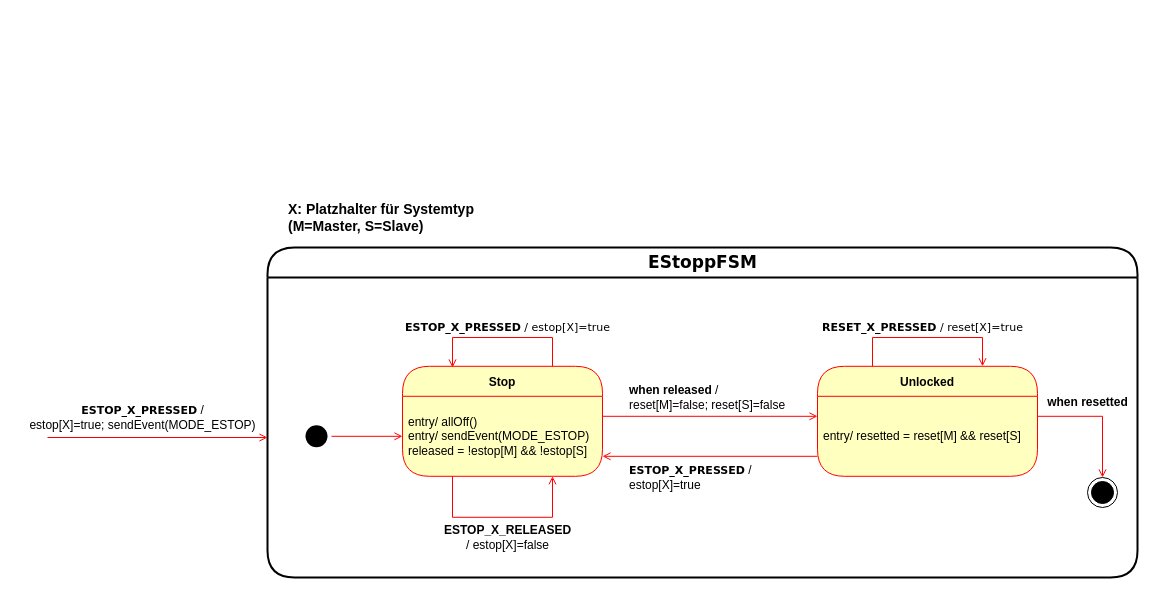
Above: page "estopp" (4 of 6) of docs/diagrams/fsm/state_machines.drawio in u2knwy/ESEP-2023SoSe-Team-2-1 (draw.io), before the change. Source tidied: cells renumbered, new cells numbered last; positions are measured from the earlier drawing's top-left corner, leaving out a move shared by most shapes. Both pictures are drawn from the tidied source at 100%, with x=0, y=0 at pixel (17, 197).
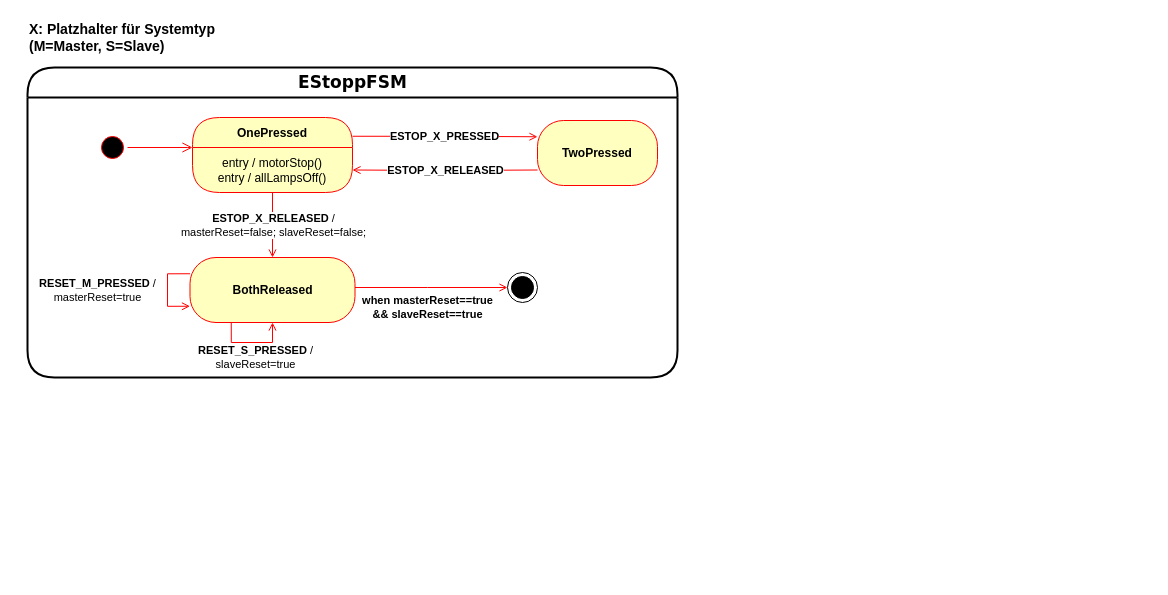
After the change.

What changed in the source:
```diff
@@
     <mxCell id="2" value="&lt;font face=&quot;Verdana&quot; style=&quot;font-size: 17px&quot;&gt;EStoppFSM&lt;/font&gt;" style="swimlane;html=1;fontStyle=1;align=center;verticalAlign=middle;horizontal=1;startSize=30;fontColor=#000000;rounded=1;arcSize=30;strokeColor=#000000;swimlaneFillColor=#FFFFFF;fillColor=#FFFFFF;strokeWidth=2;" parent="1" vertex="1">
-      <mxGeometry x="250" y="50" width="870" height="330" as="geometry" />
+      <mxGeometry x="10" y="-130" width="650" height="310" as="geometry" />
     </mxCell>
-    <mxCell id="3" style="text;html=1;align=center;verticalAlign=middle;strokeColor=none;" parent="1" vertex="1">
-      <mxGeometry x="110" y="220" width="20" height="20" as="geometry" />
-    </mxCell>
-    <mxCell id="4" style="text;html=1;align=center;verticalAlign=middle;strokeColor=none;" parent="1" vertex="1">
-      <mxGeometry x="1114" y="219.8" width="20" height="20" as="geometry" />
-    </mxCell>
-    <mxCell id="5" style="ellipse;html=1;shape=endState;fillColor=#000000;strokeColor=#000000;" parent="1" vertex="1">
-      <mxGeometry x="1070" y="280" width="30" height="30" as="geometry" />
-    </mxCell>
-    <mxCell id="6" value="&lt;b&gt;when released&lt;/b&gt; / &lt;br&gt;reset[M]=false; reset[S]=false" style="text;html=1;align=left;verticalAlign=middle;strokeColor=none;" parent="1" vertex="1">
-      <mxGeometry x="610" y="180" width="180" height="40" as="geometry" />
-    </mxCell>
-    <mxCell id="7" value="&lt;b&gt;when resetted&lt;/b&gt;" style="text;html=1;align=center;verticalAlign=middle;strokeColor=none;" parent="1" vertex="1">
-      <mxGeometry x="1020" y="190" width="100" height="30" as="geometry" />
-    </mxCell>
-    <mxCell id="8" value="&lt;b style=&quot;border-color: var(--border-color); font-family: Verdana; font-size: 11px; background-color: rgb(255, 255, 255);&quot;&gt;ESTOP_X_PRESSED&lt;/b&gt;&amp;nbsp;/ &lt;br&gt;estop[X]=true" style="text;html=1;align=left;verticalAlign=middle;strokeColor=none;" parent="1" vertex="1">
-      <mxGeometry x="610" y="260" width="150" height="40" as="geometry" />
-    </mxCell>
-    <mxCell id="9" value="&lt;b&gt;ESTOP_X_RELEASED&lt;/b&gt;&lt;br&gt;/ estop[X]=false" style="text;html=1;align=center;verticalAlign=middle;strokeColor=none;" parent="1" vertex="1">
-      <mxGeometry x="415" y="320" width="150" height="40" as="geometry" />
-    </mxCell>
-    <mxCell id="10" value="&lt;b style=&quot;border-color: var(--border-color); font-family: Verdana; font-size: 11px; background-color: rgb(255, 255, 255);&quot;&gt;ESTOP_X_PRESSED&lt;/b&gt;&lt;span style=&quot;border-color: var(--border-color); font-family: Verdana; font-size: 11px; background-color: rgb(255, 255, 255);&quot;&gt;&amp;nbsp;/ estop[X]=true&lt;/span&gt;" style="text;html=1;align=center;verticalAlign=middle;strokeColor=none;fillColor=none;" parent="1" vertex="1">
-      <mxGeometry x="370" y="115" width="240" height="30" as="geometry" />
-    </mxCell>
     <mxCell id="11" value="X: Platzhalter für Systemtyp (M=Master, S=Slave)" style="text;html=1;strokeColor=none;fillColor=none;align=left;verticalAlign=middle;whiteSpace=wrap;rounded=0;fontSize=14;fontStyle=1;" parent="1" vertex="1">
-      <mxGeometry x="269" width="201" height="40" as="geometry" />
+      <mxGeometry x="10" y="-180" width="201" height="40" as="geometry" />
     </mxCell>
-    <mxCell id="12" value="&lt;b style=&quot;border-color: var(--border-color); font-family: Verdana; font-size: 11px; background-color: rgb(255, 255, 255);&quot;&gt;RESET_X_PRESSED&lt;/b&gt;&lt;span style=&quot;border-color: var(--border-color); font-family: Verdana; font-size: 11px; background-color: rgb(255, 255, 255);&quot;&gt;&amp;nbsp;/ reset[X]=true&lt;/span&gt;" style="text;html=1;align=center;verticalAlign=middle;strokeColor=none;fillColor=none;" parent="1" vertex="1">
-      <mxGeometry x="790" y="115" width="230" height="30" as="geometry" />
-    </mxCell>
-    <mxCell id="13" value="Stop" style="swimlane;fontStyle=1;align=center;verticalAlign=middle;horizontal=1;startSize=30;fontColor=#000000;rounded=1;arcSize=30;strokeColor=#ff0000;fillColor=#ffffc0;swimlaneFillColor=#ffffc0;" parent="1" vertex="1">
-      <mxGeometry x="385" y="168.8" width="200" height="110" as="geometry" />
-    </mxCell>
-    <mxCell id="14" value="entry/ allOff()&lt;br style=&quot;border-color: var(--border-color);&quot;&gt;&lt;span style=&quot;&quot;&gt;entry/ sendEvent(MODE_ESTOP)&lt;/span&gt;&lt;br style=&quot;border-color: var(--border-color);&quot;&gt;&lt;span style=&quot;&quot;&gt;released = !estop[M]&lt;/span&gt;&lt;span style=&quot;&quot;&gt;&amp;nbsp;&amp;amp;&amp;amp; !estop[S]&lt;/span&gt;" style="text;html=1;strokeColor=none;fillColor=none;align=left;verticalAlign=middle;spacingLeft=4;spacingRight=4;whiteSpace=wrap;overflow=hidden;fontColor=#000000;" parent="13" vertex="1">
-      <mxGeometry y="30" width="200" height="80" as="geometry" />
-    </mxCell>
-    <mxCell id="15" style="edgeStyle=orthogonalEdgeStyle;rounded=0;orthogonalLoop=1;jettySize=auto;html=1;exitX=0.25;exitY=1;exitDx=0;exitDy=0;entryX=0.75;entryY=1;entryDx=0;entryDy=0;strokeColor=#FF0000;endArrow=open;endFill=0;" parent="13" edge="1" source="14" target="14">
-      <mxGeometry relative="1" as="geometry">
-        <Array as="points">
-          <mxPoint x="50" y="151" />
-          <mxPoint x="150" y="151" />
-        </Array>
-      </mxGeometry>
-    </mxCell>
-    <mxCell id="16" value="Unlocked" style="swimlane;fontStyle=1;align=center;verticalAlign=middle;horizontal=1;startSize=30;fontColor=#000000;rounded=1;arcSize=30;strokeColor=#ff0000;fillColor=#ffffc0;swimlaneFillColor=#ffffc0;" parent="1" vertex="1">
-      <mxGeometry x="800" y="168.8" width="220" height="110" as="geometry" />
-    </mxCell>
-    <mxCell id="17" value="entry/&amp;nbsp;resetted = reset[M]&lt;span style=&quot;&quot;&gt;&amp;nbsp;&amp;amp;&amp;amp; reset[S]&lt;/span&gt;" style="text;html=1;strokeColor=none;fillColor=none;align=left;verticalAlign=middle;spacingLeft=4;spacingRight=4;whiteSpace=wrap;overflow=hidden;fontColor=#000000;" parent="16" vertex="1">
-      <mxGeometry y="30" width="220" height="80" as="geometry" />
-    </mxCell>
-    <mxCell id="18" style="edgeStyle=orthogonalEdgeStyle;rounded=0;jettySize=auto;html=1;exitX=0;exitY=0.75;exitDx=0;exitDy=0;entryX=1;entryY=0.75;entryDx=0;entryDy=0;strokeColor=#FF0000;endArrow=open;endFill=0;" parent="1" edge="1" source="17" target="14">
-      <mxGeometry relative="1" as="geometry" />
-    </mxCell>
-    <mxCell id="19" style="edgeStyle=orthogonalEdgeStyle;rounded=0;jettySize=auto;html=1;exitX=1;exitY=0.25;exitDx=0;exitDy=0;entryX=0;entryY=0.25;entryDx=0;entryDy=0;strokeColor=#FF0000;endArrow=open;endFill=0;" parent="1" edge="1" source="14" target="17">
-      <mxGeometry relative="1" as="geometry" />
-    </mxCell>
-    <mxCell id="20" style="edgeStyle=orthogonalEdgeStyle;rounded=0;orthogonalLoop=1;jettySize=auto;html=1;exitX=0.25;exitY=0;exitDx=0;exitDy=0;entryX=0.75;entryY=0;entryDx=0;entryDy=0;strokeColor=#FF0000;endArrow=open;endFill=0;" parent="1" edge="1" source="16" target="16">
-      <mxGeometry relative="1" as="geometry">
-        <Array as="points">
-          <mxPoint x="855" y="140" />
-          <mxPoint x="965" y="140" />
-        </Array>
-      </mxGeometry>
-    </mxCell>
-    <mxCell id="21" style="edgeStyle=orthogonalEdgeStyle;rounded=0;jettySize=auto;html=1;exitX=1;exitY=0.25;exitDx=0;exitDy=0;strokeColor=#FF0000;endArrow=open;endFill=0;entryX=0.5;entryY=0;entryDx=0;entryDy=0;" parent="1" edge="1" source="17" target="5">
-      <mxGeometry relative="1" as="geometry" />
-    </mxCell>
-    <mxCell id="22" style="edgeStyle=orthogonalEdgeStyle;rounded=0;jettySize=auto;html=1;exitX=0.75;exitY=0;exitDx=0;exitDy=0;strokeColor=#FF0000;endArrow=open;endFill=0;" parent="1" edge="1" source="13">
-      <mxGeometry relative="1" as="geometry">
-        <mxPoint x="435" y="170" as="targetPoint" />
-        <Array as="points">
-          <mxPoint x="535" y="140" />
-          <mxPoint x="435" y="140" />
-        </Array>
-      </mxGeometry>
-    </mxCell>
-    <mxCell id="23" style="ellipse;html=1;shape=startState;fillColor=#000000;strokeColor=none;" parent="1" vertex="1">
-      <mxGeometry x="284" y="223.8" width="30" height="30" as="geometry" />
-    </mxCell>
-    <mxCell id="24" style="edgeStyle=orthogonalEdgeStyle;rounded=0;jettySize=auto;html=1;exitX=0;exitY=0.5;exitDx=0;exitDy=0;entryX=1;entryY=0.5;entryDx=0;entryDy=0;strokeColor=#FF0000;endArrow=none;endFill=0;startArrow=open;startFill=0;" parent="1" edge="1" source="14" target="23">
-      <mxGeometry relative="1" as="geometry" />
-    </mxCell>
-    <mxCell id="25" style="edgeStyle=orthogonalEdgeStyle;rounded=0;orthogonalLoop=1;jettySize=auto;html=1;strokeColor=#FF0000;endArrow=none;endFill=0;startArrow=open;startFill=0;" parent="1" edge="1">
-      <mxGeometry relative="1" as="geometry">
-        <mxPoint x="250" y="240" as="sourcePoint" />
-        <mxPoint x="30" y="240" as="targetPoint" />
-      </mxGeometry>
-    </mxCell>
-    <mxCell id="26" value="&lt;b style=&quot;border-color: var(--border-color); font-size: 11px; font-family: Verdana;&quot;&gt;ESTOP_X_PRESSED&lt;/b&gt;&amp;nbsp;/ &lt;br&gt;estop[X]=true;&amp;nbsp;sendEvent(MODE_ESTOP)" style="text;html=1;align=center;verticalAlign=middle;strokeColor=none;fillColor=none;" parent="1" vertex="1">
-      <mxGeometry y="200" width="250" height="40" as="geometry" />
-    </mxCell>
+    <mxCell id="27" value="ESTOP_X_PRESSED" style="edgeStyle=orthogonalEdgeStyle;rounded=0;jettySize=auto;html=1;exitX=1;exitY=0.25;exitDx=0;exitDy=0;strokeColor=#FF0000;endArrow=open;endFill=0;fontStyle=1;entryX=0;entryY=0.25;entryDx=0;entryDy=0;" parent="1" edge="1" source="33" target="36">
+      <mxGeometry relative="1" as="geometry" />
+    </mxCell>
+    <mxCell id="28" value="&lt;b&gt;ESTOP_X_RELEASED&lt;/b&gt; /&lt;br&gt;masterReset=false; slaveReset=false;" style="edgeStyle=orthogonalEdgeStyle;rounded=0;jettySize=auto;html=1;exitX=0.5;exitY=1;exitDx=0;exitDy=0;entryX=0.5;entryY=0;entryDx=0;entryDy=0;strokeColor=#FF0000;endArrow=open;endFill=0;" parent="1" edge="1" source="34">
+      <mxGeometry relative="1" as="geometry">
+        <mxPoint x="255" y="60" as="targetPoint" />
+      </mxGeometry>
+    </mxCell>
+    <mxCell id="29" value="ESTOP_X_RELEASED" style="edgeStyle=orthogonalEdgeStyle;rounded=0;jettySize=auto;html=1;entryX=1;entryY=0.5;entryDx=0;entryDy=0;strokeColor=#FF0000;endArrow=open;endFill=0;fontStyle=1;exitX=0;exitY=0.5;exitDx=0;exitDy=0;" parent="1" edge="1" target="34">
+      <mxGeometry relative="1" as="geometry">
+        <mxPoint x="520" y="-27.5" as="sourcePoint" />
+      </mxGeometry>
+    </mxCell>
+    <mxCell id="30" style="ellipse;html=1;shape=startState;fillColor=#000000;strokeColor=#ff0000;" parent="1" vertex="1">
+      <mxGeometry x="80" y="-65" width="30" height="30" as="geometry" />
+    </mxCell>
+    <mxCell id="31" value="when masterReset==true&lt;br&gt;&amp;amp;&amp;amp; slaveReset==true" style="edgeStyle=orthogonalEdgeStyle;rounded=0;jettySize=auto;html=1;exitX=1;exitY=0;exitDx=0;exitDy=0;strokeColor=#FF0000;endArrow=open;endFill=0;fontStyle=1;" parent="1" edge="1" target="32">
+      <mxGeometry x="-0.03" y="-20" relative="1" as="geometry">
+        <mxPoint x="335" y="90" as="sourcePoint" />
+        <Array as="points">
+          <mxPoint x="410" y="90" />
+          <mxPoint x="410" y="90" />
+        </Array>
+      </mxGeometry>
+    </mxCell>
+    <mxCell id="32" style="ellipse;html=1;shape=endState;fillColor=#000000;strokeColor=#000000;" parent="1" vertex="1">
+      <mxGeometry x="490" y="75" width="30" height="30" as="geometry" />
+    </mxCell>
+    <mxCell id="33" value="OnePressed" style="swimlane;fontStyle=1;align=center;verticalAlign=middle;horizontal=1;startSize=30;fontColor=#000000;rounded=1;arcSize=30;strokeColor=#ff0000;fillColor=#ffffc0;swimlaneFillColor=#ffffc0;" parent="1" vertex="1">
+      <mxGeometry x="175" y="-80" width="160" height="75" as="geometry" />
+    </mxCell>
+    <mxCell id="34" value="entry / motorStop()&lt;br&gt;entry / allLampsOff()" style="text;html=1;strokeColor=none;fillColor=none;align=center;verticalAlign=middle;spacingLeft=4;spacingRight=4;whiteSpace=wrap;overflow=hidden;fontColor=#000000;" parent="33" vertex="1">
+      <mxGeometry y="30" width="160" height="45" as="geometry" />
+    </mxCell>
+    <mxCell id="35" style="edgeStyle=orthogonalEdgeStyle;html=1;verticalAlign=bottom;endArrow=open;endSize=8;strokeColor=#ff0000;rounded=0;entryX=0;entryY=0;entryDx=0;entryDy=0;fontStyle=1;" parent="1" edge="1" source="30" target="34">
+      <mxGeometry relative="1" as="geometry">
+        <Array as="points">
+          <mxPoint x="170" y="-50" />
+          <mxPoint x="170" y="-50" />
+        </Array>
+      </mxGeometry>
+    </mxCell>
+    <mxCell id="36" value="&lt;b&gt;TwoPressed&lt;/b&gt;" style="rounded=1;whiteSpace=wrap;html=1;arcSize=40;fontColor=#000000;fillColor=#ffffc0;strokeColor=#ff0000;" parent="1" vertex="1">
+      <mxGeometry x="520" y="-77" width="120" height="65" as="geometry" />
+    </mxCell>
+    <mxCell id="37" value="&lt;b&gt;BothReleased&lt;/b&gt;" style="rounded=1;whiteSpace=wrap;html=1;arcSize=40;fontColor=#000000;fillColor=#ffffc0;strokeColor=#ff0000;" parent="1" vertex="1">
+      <mxGeometry x="172.5" y="60" width="165" height="65" as="geometry" />
+    </mxCell>
+    <mxCell id="38" value="&lt;b style=&quot;border-color: var(--border-color);&quot;&gt;RESET_M_PRESSED&lt;/b&gt;&amp;nbsp;/&lt;br style=&quot;border-color: var(--border-color);&quot;&gt;masterReset=true" style="edgeStyle=orthogonalEdgeStyle;rounded=0;orthogonalLoop=1;jettySize=auto;html=1;exitX=0;exitY=0.25;exitDx=0;exitDy=0;entryX=0;entryY=0.75;entryDx=0;entryDy=0;strokeColor=#FF0000;endArrow=open;endFill=0;" parent="1" edge="1" source="37" target="37">
+      <mxGeometry y="-70" relative="1" as="geometry">
+        <Array as="points">
+          <mxPoint x="150" y="76" />
+          <mxPoint x="150" y="109" />
+          <mxPoint x="173" y="109" />
+        </Array>
+      </mxGeometry>
+    </mxCell>
+    <mxCell id="39" value="&lt;b style=&quot;border-color: var(--border-color);&quot;&gt;RESET_S_PRESSED&amp;nbsp;&lt;/b&gt;/&lt;br style=&quot;border-color: var(--border-color);&quot;&gt;slaveReset=true" style="edgeStyle=orthogonalEdgeStyle;rounded=0;orthogonalLoop=1;jettySize=auto;html=1;exitX=0.25;exitY=1;exitDx=0;exitDy=0;entryX=0.5;entryY=1;entryDx=0;entryDy=0;strokeColor=#FF0000;endArrow=open;endFill=0;" parent="1" edge="1" source="37" target="37">
+      <mxGeometry x="0.08" y="-15" relative="1" as="geometry" />
+    </mxCell>
```
